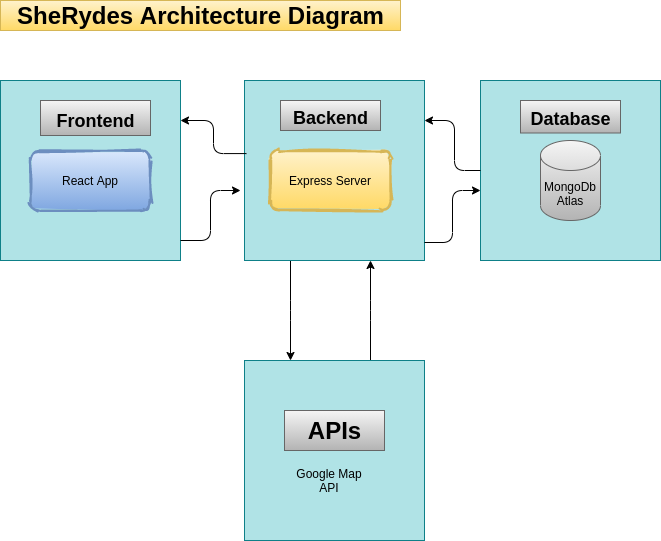
Before: Diagrams/AAD.png, a diagram exported from draw.io (Sevicode/SevliMERN_partA). Source tidied: cells renumbered, new cells last; positions are measured from the earlier drawing's top-left corner, leaving out a move shared by most shapes.
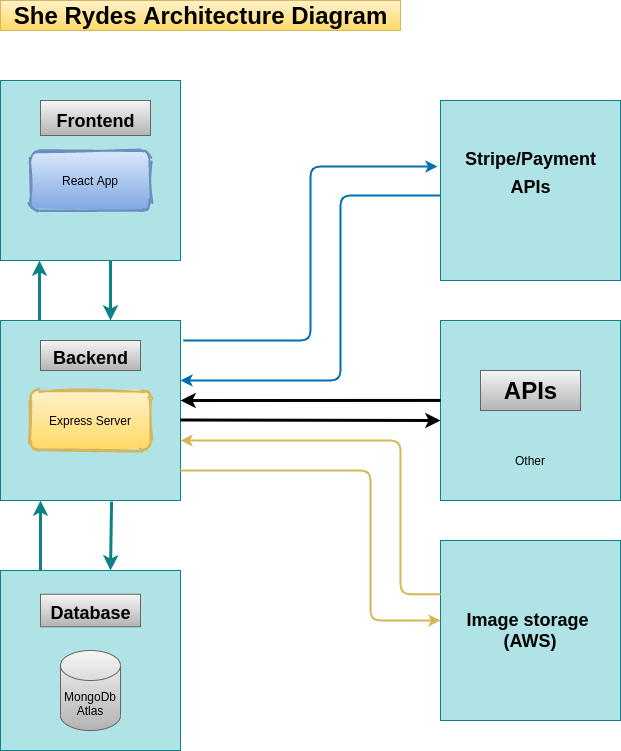
Later version of the same file.

Commit message:
AAD diagram modified

Change to the diagram source:
```diff
@@ -5,33 +5,17 @@
     <mxCell id="2" style="whiteSpace=wrap;html=1;rounded=0;sketch=0;fillColor=#b0e3e6;strokeColor=#0e8088;" parent="1" vertex="1">
       <mxGeometry y="80" width="180" height="180" as="geometry" />
     </mxCell>
-    <mxCell id="3" value="SheRydes Architecture Diagram" style="text;strokeColor=#d6b656;fillColor=#fff2cc;html=1;fontSize=24;fontStyle=1;verticalAlign=middle;align=center;rounded=0;sketch=0;gradientColor=#ffd966;" parent="1" vertex="1">
+    <mxCell id="3" value="She Rydes Architecture Diagram" style="text;strokeColor=#d6b656;fillColor=#fff2cc;html=1;fontSize=24;fontStyle=1;verticalAlign=middle;align=center;rounded=0;sketch=0;gradientColor=#ffd966;" parent="1" vertex="1">
       <mxGeometry width="400" height="30" as="geometry" />
     </mxCell>
-    <mxCell id="4" style="edgeStyle=orthogonalEdgeStyle;curved=0;rounded=1;sketch=0;jettySize=auto;html=1;" parent="1" edge="1" source="5" target="8">
-      <mxGeometry relative="1" as="geometry">
-        <Array as="points">
-          <mxPoint x="290" y="310" />
-          <mxPoint x="290" y="310" />
-        </Array>
-      </mxGeometry>
-    </mxCell>
     <mxCell id="5" style="whiteSpace=wrap;html=1;rounded=0;sketch=0;fillColor=#b0e3e6;strokeColor=#0e8088;" parent="1" vertex="1">
-      <mxGeometry x="244" y="80" width="180" height="180" as="geometry" />
+      <mxGeometry y="320" width="180" height="180" as="geometry" />
     </mxCell>
     <mxCell id="6" style="whiteSpace=wrap;html=1;rounded=0;sketch=0;fillColor=#b0e3e6;strokeColor=#0e8088;" parent="1" vertex="1">
-      <mxGeometry x="480" y="80" width="180" height="180" as="geometry" />
+      <mxGeometry y="570" width="180" height="180" as="geometry" />
     </mxCell>
-    <mxCell id="7" style="edgeStyle=orthogonalEdgeStyle;curved=0;rounded=1;sketch=0;jettySize=auto;html=1;" parent="1" edge="1" source="8" target="5">
-      <mxGeometry relative="1" as="geometry">
-        <Array as="points">
-          <mxPoint x="370" y="310" />
-          <mxPoint x="370" y="310" />
-        </Array>
-      </mxGeometry>
-    </mxCell>
     <mxCell id="8" style="whiteSpace=wrap;html=1;rounded=0;sketch=0;fillColor=#b0e3e6;strokeColor=#0e8088;" parent="1" vertex="1">
-      <mxGeometry x="244" y="360" width="180" height="180" as="geometry" />
+      <mxGeometry x="440" y="320" width="180" height="180" as="geometry" />
     </mxCell>
     <mxCell id="9" value="React App" style="rounded=1;whiteSpace=wrap;html=1;strokeWidth=2;fillWeight=4;hachureGap=8;hachureAngle=45;fillColor=#dae8fc;sketch=1;gradientColor=#7ea6e0;strokeColor=#6c8ebf;" parent="1" vertex="1">
       <mxGeometry x="30" y="150" width="120" height="60" as="geometry" />
@@ -40,47 +24,97 @@
       <mxGeometry x="40" y="100" width="110" height="35" as="geometry" />
     </mxCell>
     <mxCell id="11" value="&lt;font style=&quot;font-size: 18px&quot;&gt;Database&lt;/font&gt;" style="text;strokeColor=#666666;fillColor=#f5f5f5;html=1;fontSize=24;fontStyle=1;verticalAlign=middle;align=center;rounded=0;sketch=0;gradientColor=#b3b3b3;" parent="1" vertex="1">
-      <mxGeometry x="520" y="100" width="100" height="32.5" as="geometry" />
+      <mxGeometry x="40" y="593.8" width="100" height="32.5" as="geometry" />
     </mxCell>
-    <mxCell id="12" value="&lt;font style=&quot;font-size: 18px&quot;&gt;Backend&lt;/font&gt;" style="text;strokeColor=#666666;fillColor=#f5f5f5;html=1;fontSize=24;fontStyle=1;verticalAlign=middle;align=center;rounded=0;sketch=0;gradientColor=#b3b3b3;" parent="1" vertex="1">
-      <mxGeometry x="280" y="100" width="100" height="30" as="geometry" />
-    </mxCell>
     <mxCell id="13" value="Express Server" style="rounded=1;whiteSpace=wrap;html=1;strokeWidth=2;fillWeight=4;hachureGap=8;hachureAngle=45;fillColor=#fff2cc;sketch=1;gradientColor=#ffd966;strokeColor=#d6b656;" parent="1" vertex="1">
-      <mxGeometry x="270" y="150" width="120" height="60" as="geometry" />
+      <mxGeometry x="30" y="390" width="120" height="60" as="geometry" />
     </mxCell>
     <mxCell id="14" value="MongoDb&lt;br&gt;Atlas" style="shape=cylinder3;whiteSpace=wrap;html=1;boundedLbl=1;backgroundOutline=1;size=15;rounded=0;sketch=0;gradientColor=#b3b3b3;fillColor=#f5f5f5;strokeColor=#666666;" parent="1" vertex="1">
-      <mxGeometry x="540" y="140" width="60" height="80" as="geometry" />
+      <mxGeometry x="60" y="650" width="60" height="80" as="geometry" />
     </mxCell>
     <mxCell id="15" value="APIs" style="text;strokeColor=#666666;fillColor=#f5f5f5;html=1;fontSize=24;fontStyle=1;verticalAlign=middle;align=center;rounded=0;sketch=0;gradientColor=#b3b3b3;" parent="1" vertex="1">
-      <mxGeometry x="284" y="410" width="100" height="40" as="geometry" />
+      <mxGeometry x="480" y="370" width="100" height="40" as="geometry" />
     </mxCell>
-    <mxCell id="16" style="edgeStyle=elbowEdgeStyle;elbow=horizontal;endArrow=classic;html=1;" parent="1" edge="1">
-      <mxGeometry relative="1" as="geometry">
-        <mxPoint x="180" y="240" as="sourcePoint" />
-        <mxPoint x="240" y="190" as="targetPoint" />
-      </mxGeometry>
-    </mxCell>
-    <mxCell id="17" style="edgeStyle=elbowEdgeStyle;elbow=horizontal;endArrow=classic;html=1;exitX=1;exitY=0.9;exitDx=0;exitDy=0;exitPerimeter=0;" parent="1" edge="1" source="5">
-      <mxGeometry relative="1" as="geometry">
-        <mxPoint x="480" y="190" as="targetPoint" />
-      </mxGeometry>
-    </mxCell>
-    <mxCell id="18" style="edgeStyle=elbowEdgeStyle;elbow=horizontal;endArrow=classic;html=1;exitX=0.011;exitY=0.406;exitDx=0;exitDy=0;exitPerimeter=0;" parent="1" edge="1" source="5">
-      <mxGeometry relative="1" as="geometry">
-        <mxPoint x="180" y="120" as="targetPoint" />
-      </mxGeometry>
-    </mxCell>
-    <mxCell id="19" style="edgeStyle=elbowEdgeStyle;elbow=horizontal;endArrow=classic;html=1;" parent="1" edge="1">
-      <mxGeometry relative="1" as="geometry">
-        <mxPoint x="480" y="170" as="sourcePoint" />
-        <mxPoint x="424" y="120" as="targetPoint" />
-        <Array as="points">
-          <mxPoint x="454" y="140" />
-        </Array>
-      </mxGeometry>
-    </mxCell>
-    <mxCell id="20" value="Google Map API" style="text;html=1;align=center;verticalAlign=middle;whiteSpace=wrap;rounded=0;sketch=0;" parent="1" vertex="1">
-      <mxGeometry x="284" y="470" width="90" height="20" as="geometry" />
-    </mxCell>
+    <mxCell id="12" value="&lt;font style=&quot;font-size: 18px&quot;&gt;Backend&lt;/font&gt;" style="text;strokeColor=#666666;fillColor=#f5f5f5;html=1;fontSize=24;fontStyle=1;verticalAlign=middle;align=center;rounded=0;sketch=0;gradientColor=#b3b3b3;" parent="1" vertex="1">
+      <mxGeometry x="40" y="340" width="100" height="30" as="geometry" />
+    </mxCell>
+    <mxCell id="21" value="Other" style="text;html=1;strokeColor=none;fillColor=none;align=center;verticalAlign=middle;whiteSpace=wrap;rounded=0;" parent="1" vertex="1">
+      <mxGeometry x="510" y="450" width="40" height="20" as="geometry" />
+    </mxCell>
+    <mxCell id="22" style="whiteSpace=wrap;html=1;rounded=0;sketch=0;fillColor=#b0e3e6;strokeColor=#0e8088;" parent="1" vertex="1">
+      <mxGeometry x="440" y="100" width="180" height="180" as="geometry" />
+    </mxCell>
+    <mxCell id="23" value="&lt;font style=&quot;font-size: 18px&quot;&gt;&lt;b&gt;Image storage&amp;nbsp;&lt;br&gt;(AWS)&lt;/b&gt;&lt;/font&gt;" style="whiteSpace=wrap;html=1;rounded=0;sketch=0;fillColor=#b0e3e6;strokeColor=#0e8088;" parent="1" vertex="1">
+      <mxGeometry x="440" y="540" width="180" height="180" as="geometry" />
+    </mxCell>
+    <mxCell id="24" value="&lt;font style=&quot;font-size: 18px&quot;&gt;Stripe/&lt;font&gt;Payment&lt;/font&gt;&lt;br&gt;&lt;/font&gt;&lt;font style=&quot;font-size: 18px&quot;&gt;APIs&lt;/font&gt;" style="text;strokeColor=none;fillColor=none;html=1;fontSize=24;fontStyle=1;verticalAlign=middle;align=center;" parent="1" vertex="1">
+      <mxGeometry x="460" y="145" width="140" height="50" as="geometry" />
+    </mxCell>
+    <mxCell id="25" style="endArrow=classic;html=1;strokeWidth=3;fillColor=#b0e3e6;strokeColor=#0e8088;" parent="1" edge="1">
+      <mxGeometry relative="1" as="geometry">
+        <mxPoint x="39" y="320" as="sourcePoint" />
+        <mxPoint x="39" y="260" as="targetPoint" />
+      </mxGeometry>
+    </mxCell>
+    <mxCell id="26" style="endArrow=classic;html=1;strokeWidth=3;fillColor=#b0e3e6;strokeColor=#0e8088;" parent="1" edge="1">
+      <mxGeometry relative="1" as="geometry">
+        <mxPoint x="40" y="570" as="sourcePoint" />
+        <mxPoint x="40" y="500" as="targetPoint" />
+      </mxGeometry>
+    </mxCell>
+    <mxCell id="27" style="endArrow=classic;html=1;fillColor=#b0e3e6;strokeColor=#0e8088;strokeWidth=3;" parent="1" edge="1">
+      <mxGeometry relative="1" as="geometry">
+        <mxPoint x="110" y="260" as="sourcePoint" />
+        <mxPoint x="110" y="320" as="targetPoint" />
+      </mxGeometry>
+    </mxCell>
+    <mxCell id="28" style="endArrow=classic;html=1;exitX=0.617;exitY=1.006;exitDx=0;exitDy=0;exitPerimeter=0;strokeWidth=3;fillColor=#b0e3e6;strokeColor=#0e8088;" parent="1" edge="1" source="5">
+      <mxGeometry relative="1" as="geometry">
+        <mxPoint x="110" y="570" as="targetPoint" />
+      </mxGeometry>
+    </mxCell>
+    <mxCell id="29" style="edgeStyle=elbowEdgeStyle;elbow=horizontal;endArrow=classic;html=1;fillColor=#1ba1e2;strokeColor=#006EAF;strokeWidth=2;" parent="1" edge="1">
+      <mxGeometry relative="1" as="geometry">
+        <mxPoint x="183" y="340" as="sourcePoint" />
+        <mxPoint x="437" y="166" as="targetPoint" />
+      </mxGeometry>
+    </mxCell>
+    <mxCell id="30" style="edgeStyle=elbowEdgeStyle;elbow=horizontal;endArrow=classic;html=1;entryX=1;entryY=0.667;entryDx=0;entryDy=0;entryPerimeter=0;fillColor=#fff2cc;strokeColor=#d6b656;strokeWidth=2;gradientColor=#ffd966;" parent="1" edge="1" target="5">
+      <mxGeometry relative="1" as="geometry">
+        <mxPoint x="440" y="593.8" as="sourcePoint" />
+        <Array as="points">
+          <mxPoint x="400" y="594" />
+        </Array>
+      </mxGeometry>
+    </mxCell>
+    <mxCell id="31" style="edgeStyle=elbowEdgeStyle;elbow=horizontal;endArrow=classic;html=1;fillColor=#fff2cc;strokeColor=#d6b656;strokeWidth=2;gradientColor=#ffd966;" parent="1" edge="1" target="23">
+      <mxGeometry relative="1" as="geometry">
+        <mxPoint x="180" y="470" as="sourcePoint" />
+        <Array as="points">
+          <mxPoint x="370" y="620" />
+          <mxPoint x="360" y="670" />
+          <mxPoint x="360" y="670" />
+        </Array>
+      </mxGeometry>
+    </mxCell>
+    <mxCell id="32" style="edgeStyle=elbowEdgeStyle;elbow=horizontal;endArrow=classic;html=1;entryX=1;entryY=0.333;entryDx=0;entryDy=0;entryPerimeter=0;fillColor=#1ba1e2;strokeColor=#006EAF;strokeWidth=2;" parent="1" edge="1" target="5">
+      <mxGeometry relative="1" as="geometry">
+        <mxPoint x="440" y="195" as="sourcePoint" />
+        <Array as="points">
+          <mxPoint x="340" y="290" />
+        </Array>
+      </mxGeometry>
+    </mxCell>
+    <mxCell id="33" style="endArrow=classic;html=1;exitX=0;exitY=0.444;exitDx=0;exitDy=0;exitPerimeter=0;strokeWidth=3;" parent="1" edge="1" source="8">
+      <mxGeometry relative="1" as="geometry">
+        <mxPoint x="180" y="400" as="targetPoint" />
+      </mxGeometry>
+    </mxCell>
+    <mxCell id="34" style="endArrow=classic;html=1;strokeWidth=3;" parent="1" edge="1">
+      <mxGeometry relative="1" as="geometry">
+        <mxPoint x="180" y="419.5" as="sourcePoint" />
+        <mxPoint x="440" y="420" as="targetPoint" />
+      </mxGeometry>
+    </mxCell>
   </root>
 </mxGraphModel>
```
